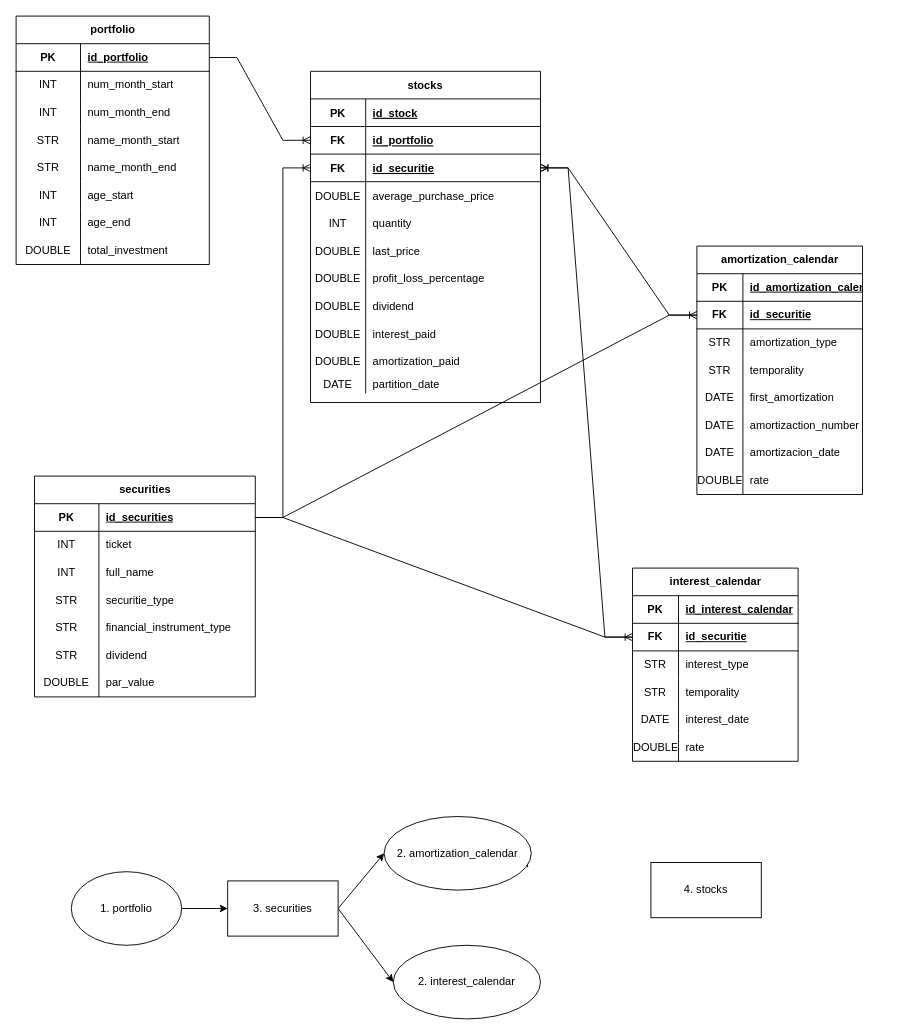
The draw.io diagram UML/modelo_de_datos.drawio in Tomasteawita/white_finance, before the edit. Source tidied: cells renumbered, new cells numbered last; positions are measured from the earlier drawing's top-left corner, leaving out a move shared by most shapes. Both pictures are drawn from the tidied source at 92%, with x=0, y=0 at pixel (16, 16).
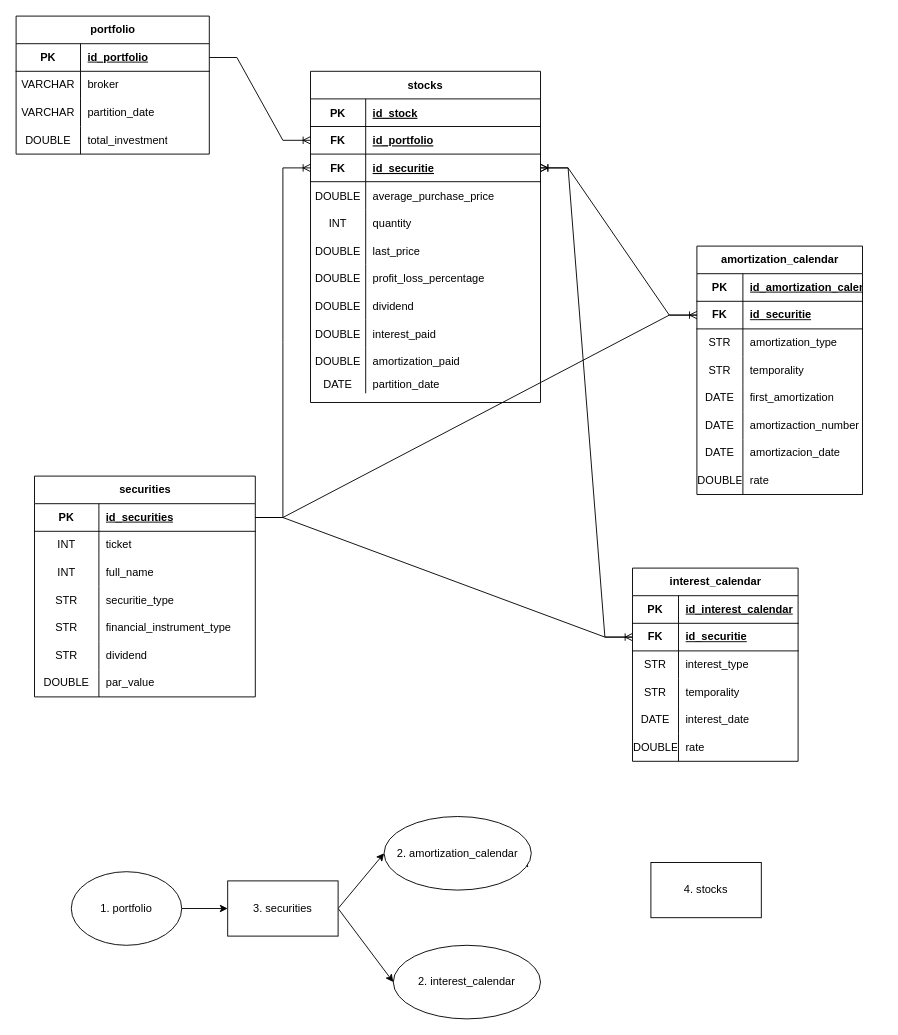
Above is the later version.

The change refers to these unchanged cells:
```xml
<mxCell id="40" style="shape=tableRow;horizontal=0;startSize=0;swimlaneHead=0;swimlaneBody=0;fillColor=none;top=0;left=0;right=0;bottom=0;" parent="36" vertex="1">
  <mxGeometry y="60" width="210" height="30" as="geometry" />
</mxCell>
<mxCell id="43" style="shape=tableRow;horizontal=0;startSize=0;swimlaneHead=0;swimlaneBody=0;fillColor=none;top=0;left=0;right=0;bottom=0;" parent="36" vertex="1">
  <mxGeometry y="90" width="210" height="30" as="geometry" />
</mxCell>
```

Diff of the diagram source:
```diff
@@
     <mxCell id="36" value="portfolio" style="shape=table;startSize=30;childLayout=tableLayout;rowLines=0;fontStyle=1;align=center;html=1;" parent="1" vertex="1">
-      <mxGeometry width="210" height="270" as="geometry" />
+      <mxGeometry width="210" height="150" as="geometry" />
     </mxCell>
@@
-    <mxCell id="41" value="INT" style="shape=partialRectangle;fillColor=none;top=0;left=0;bottom=0;right=0;overflow=hidden;whiteSpace=wrap;html=1;" parent="40" vertex="1">
-      <mxGeometry width="70" height="30" as="geometry" />
-    </mxCell>
-    <mxCell id="42" value="num_month_start" style="shape=partialRectangle;fillColor=none;top=0;left=0;bottom=0;right=0;align=left;spacingLeft=6;overflow=hidden;whiteSpace=wrap;html=1;" parent="40" vertex="1">
-      <mxGeometry x="70" width="140" height="30" as="geometry" />
-    </mxCell>
+    <mxCell id="142" value="VARCHAR" style="shape=partialRectangle;fillColor=none;top=0;left=0;bottom=0;right=0;overflow=hidden;whiteSpace=wrap;html=1;" parent="40" vertex="1">
+      <mxGeometry width="70" height="30" as="geometry" />
+    </mxCell>
+    <mxCell id="143" value="broker" style="shape=partialRectangle;fillColor=none;top=0;left=0;bottom=0;right=0;align=left;spacingLeft=6;overflow=hidden;whiteSpace=wrap;html=1;" parent="40" vertex="1">
+      <mxGeometry x="70" width="140" height="30" as="geometry" />
+    </mxCell>
@@
-    <mxCell id="44" value="INT" style="shape=partialRectangle;fillColor=none;top=0;left=0;bottom=0;right=0;overflow=hidden;whiteSpace=wrap;html=1;" parent="43" vertex="1">
-      <mxGeometry width="70" height="30" as="geometry" />
-    </mxCell>
-    <mxCell id="45" value="num_month_end" style="shape=partialRectangle;fillColor=none;top=0;left=0;bottom=0;right=0;align=left;spacingLeft=6;overflow=hidden;whiteSpace=wrap;html=1;" parent="43" vertex="1">
-      <mxGeometry x="70" width="140" height="30" as="geometry" />
-    </mxCell>
-    <mxCell id="46" style="shape=tableRow;horizontal=0;startSize=0;swimlaneHead=0;swimlaneBody=0;fillColor=none;top=0;left=0;right=0;bottom=0;" parent="36" vertex="1">
-      <mxGeometry y="120" width="210" height="30" as="geometry" />
-    </mxCell>
-    <mxCell id="47" value="STR" style="shape=partialRectangle;fillColor=none;top=0;left=0;bottom=0;right=0;overflow=hidden;whiteSpace=wrap;html=1;" parent="46" vertex="1">
-      <mxGeometry width="70" height="30" as="geometry" />
-    </mxCell>
-    <mxCell id="48" value="name_month_start" style="shape=partialRectangle;fillColor=none;top=0;left=0;bottom=0;right=0;align=left;spacingLeft=6;overflow=hidden;whiteSpace=wrap;html=1;" parent="46" vertex="1">
-      <mxGeometry x="70" width="140" height="30" as="geometry" />
-    </mxCell>
-    <mxCell id="49" style="shape=tableRow;horizontal=0;startSize=0;swimlaneHead=0;swimlaneBody=0;fillColor=none;top=0;left=0;right=0;bottom=0;" parent="36" vertex="1">
-      <mxGeometry y="150" width="210" height="30" as="geometry" />
-    </mxCell>
-    <mxCell id="50" value="STR" style="shape=partialRectangle;fillColor=none;top=0;left=0;bottom=0;right=0;overflow=hidden;whiteSpace=wrap;html=1;" parent="49" vertex="1">
-      <mxGeometry width="70" height="30" as="geometry" />
-    </mxCell>
-    <mxCell id="51" value="name_month_end" style="shape=partialRectangle;fillColor=none;top=0;left=0;bottom=0;right=0;align=left;spacingLeft=6;overflow=hidden;whiteSpace=wrap;html=1;" parent="49" vertex="1">
-      <mxGeometry x="70" width="140" height="30" as="geometry" />
-    </mxCell>
-    <mxCell id="52" style="shape=tableRow;horizontal=0;startSize=0;swimlaneHead=0;swimlaneBody=0;fillColor=none;top=0;left=0;right=0;bottom=0;" parent="36" vertex="1">
-      <mxGeometry y="180" width="210" height="30" as="geometry" />
-    </mxCell>
-    <mxCell id="53" value="INT" style="shape=partialRectangle;fillColor=none;top=0;left=0;bottom=0;right=0;overflow=hidden;whiteSpace=wrap;html=1;" parent="52" vertex="1">
-      <mxGeometry width="70" height="30" as="geometry" />
-    </mxCell>
-    <mxCell id="54" value="age_start" style="shape=partialRectangle;fillColor=none;top=0;left=0;bottom=0;right=0;align=left;spacingLeft=6;overflow=hidden;whiteSpace=wrap;html=1;" parent="52" vertex="1">
-      <mxGeometry x="70" width="140" height="30" as="geometry" />
-    </mxCell>
-    <mxCell id="55" style="shape=tableRow;horizontal=0;startSize=0;swimlaneHead=0;swimlaneBody=0;fillColor=none;top=0;left=0;right=0;bottom=0;" parent="36" vertex="1">
-      <mxGeometry y="210" width="210" height="30" as="geometry" />
-    </mxCell>
-    <mxCell id="56" value="INT" style="shape=partialRectangle;fillColor=none;top=0;left=0;bottom=0;right=0;overflow=hidden;whiteSpace=wrap;html=1;" parent="55" vertex="1">
-      <mxGeometry width="70" height="30" as="geometry" />
-    </mxCell>
-    <mxCell id="57" value="age_end" style="shape=partialRectangle;fillColor=none;top=0;left=0;bottom=0;right=0;align=left;spacingLeft=6;overflow=hidden;whiteSpace=wrap;html=1;" parent="55" vertex="1">
-      <mxGeometry x="70" width="140" height="30" as="geometry" />
-    </mxCell>
+    <mxCell id="144" value="VARCHAR" style="shape=partialRectangle;fillColor=none;top=0;left=0;bottom=0;right=0;overflow=hidden;whiteSpace=wrap;html=1;" parent="43" vertex="1">
+      <mxGeometry width="70" height="30" as="geometry" />
+    </mxCell>
+    <mxCell id="145" value="partition_date" style="shape=partialRectangle;fillColor=none;top=0;left=0;bottom=0;right=0;align=left;spacingLeft=6;overflow=hidden;whiteSpace=wrap;html=1;" parent="43" vertex="1">
+      <mxGeometry x="70" width="140" height="30" as="geometry" />
+    </mxCell>
     <mxCell id="58" style="shape=tableRow;horizontal=0;startSize=0;swimlaneHead=0;swimlaneBody=0;fillColor=none;top=0;left=0;right=0;bottom=0;" parent="36" vertex="1">
-      <mxGeometry y="240" width="210" height="30" as="geometry" />
+      <mxGeometry y="120" width="210" height="30" as="geometry" />
     </mxCell>
```
